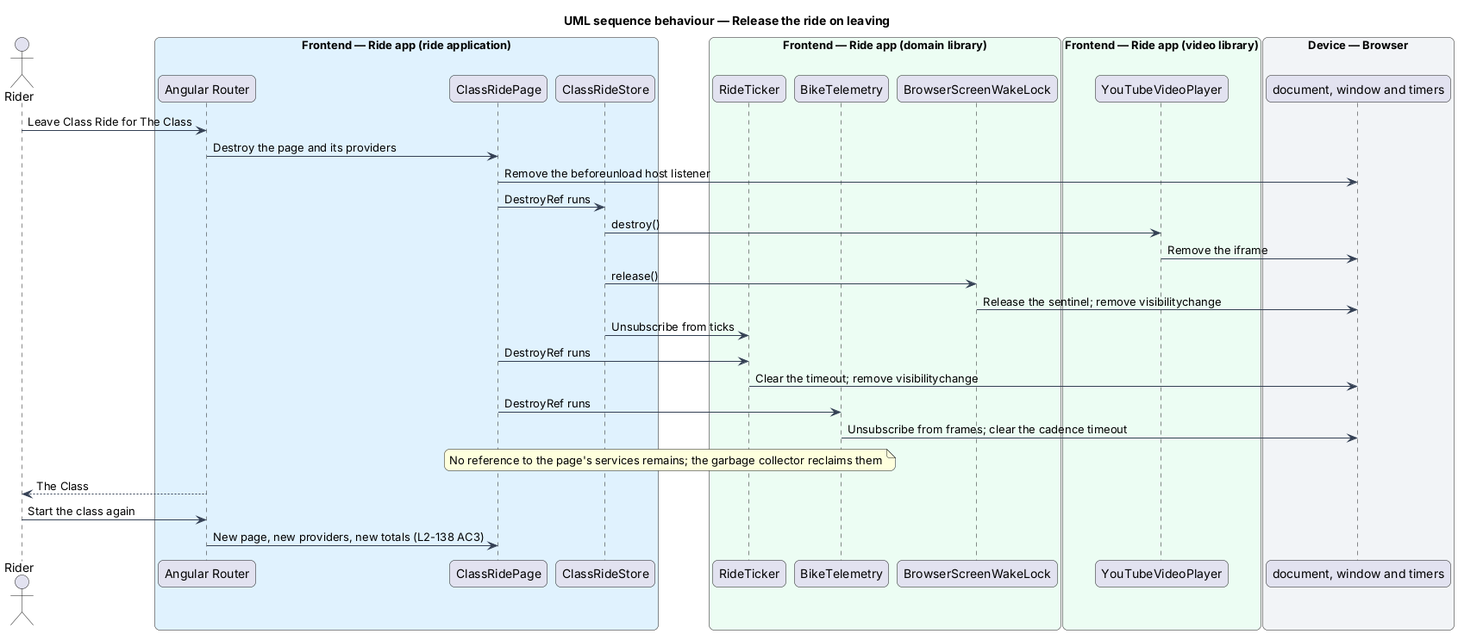
Earlier version of the PlantUML export docs/detailed-designs/performance/stay-smooth-on-long-rides/diagrams/sequence-release-the-ride-on-leaving.png (QuinntyneBrown/ride-one). Source of this version:
```plantuml
@startuml
title UML sequence behaviour — Release the ride on leaving
skinparam backgroundColor #FFFFFF
skinparam shadowing false
skinparam roundcorner 12
skinparam defaultFontName Arial
skinparam ArrowColor #344054
skinparam rectangle {
  BorderColor #344054
  FontColor #101828
}
skinparam package {
  BorderColor #667085
  FontColor #101828
  BackgroundColor #F9FAFB
}
actor "Rider" as rider
box "Frontend — Ride app (ride application)" #E0F2FE
  participant "Angular Router" as router
  participant "ClassRidePage" as page
  participant "ClassRideStore" as store
end box
box "Frontend — Ride app (domain library)" #ECFDF3
  participant "RideTicker" as ticker
  participant "BikeTelemetry" as telemetry
  participant "BrowserScreenWakeLock" as wake
end box
box "Frontend — Ride app (video library)" #ECFDF3
  participant "YouTubeVideoPlayer" as player
end box
box "Device — Browser" #F2F4F7
  participant "document, window and timers" as doc
end box
rider -> router : Leave Class Ride for The Class
router -> page : Destroy the page and its providers
page -> doc : Remove the beforeunload host listener
page -> store : DestroyRef runs
store -> player : destroy()
player -> doc : Remove the iframe
store -> wake : release()
wake -> doc : Release the sentinel; remove visibilitychange
store -> ticker : Unsubscribe from ticks
page -> ticker : DestroyRef runs
ticker -> doc : Clear the timeout; remove visibilitychange
page -> telemetry : DestroyRef runs
telemetry -> doc : Unsubscribe from frames; clear the cadence timeout
note over page, telemetry : No reference to the page's services remains; the garbage collector reclaims them
router --> rider : The Class
rider -> router : Start the class again
router -> page : New page, new providers, new totals (L2-138 AC3)
@enduml
```
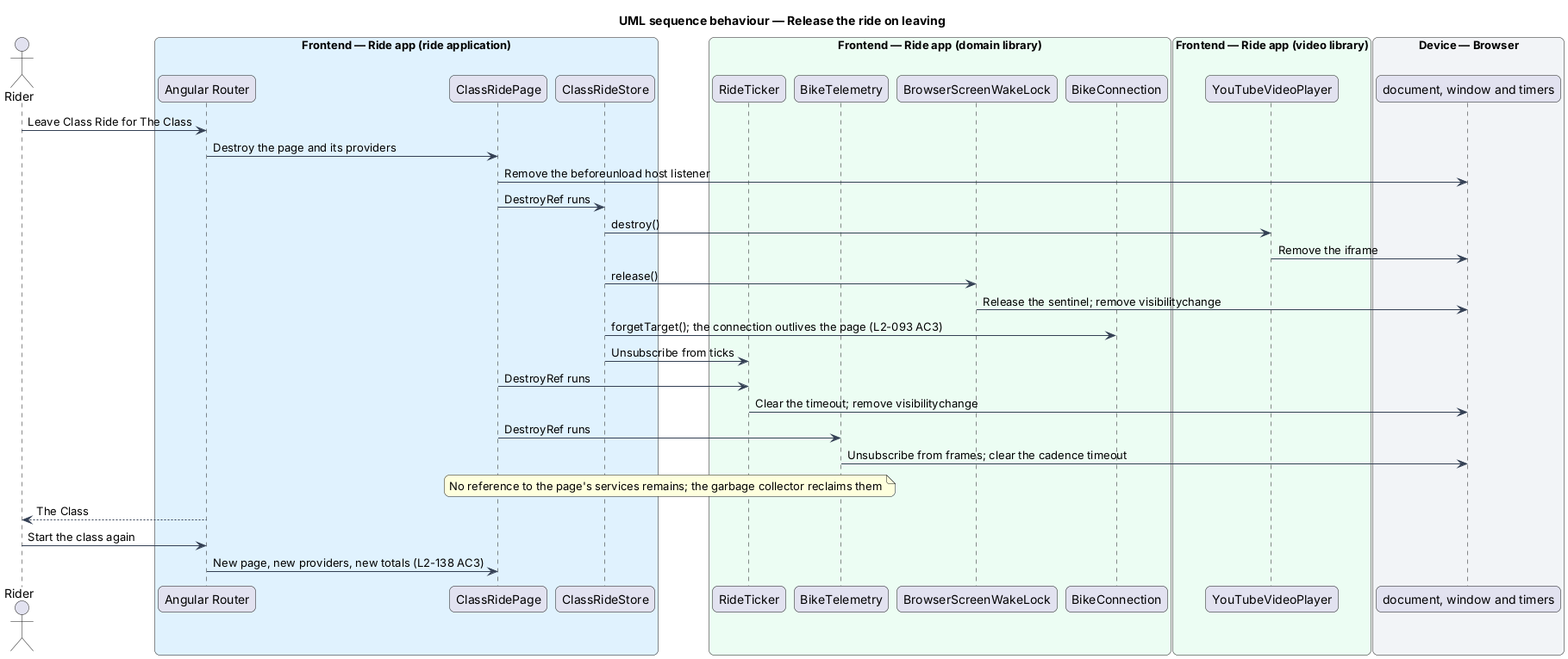
After the change.

Change to the diagram source:
```diff
@@ -24,6 +24,7 @@
   participant "RideTicker" as ticker
   participant "BikeTelemetry" as telemetry
   participant "BrowserScreenWakeLock" as wake
+  participant "BikeConnection" as conn
 end box
 box "Frontend — Ride app (video library)" #ECFDF3
   participant "YouTubeVideoPlayer" as player
@@ -39,6 +40,7 @@
 player -> doc : Remove the iframe
 store -> wake : release()
 wake -> doc : Release the sentinel; remove visibilitychange
+store -> conn : forgetTarget(); the connection outlives the page (L2-093 AC3)
 store -> ticker : Unsubscribe from ticks
 page -> ticker : DestroyRef runs
 ticker -> doc : Clear the timeout; remove visibilitychange
```
